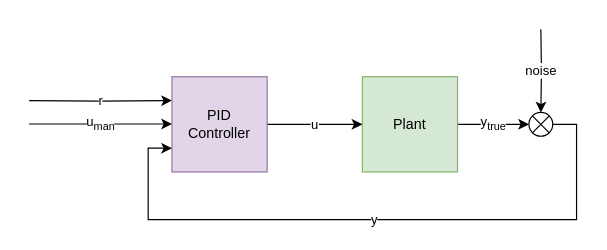
This is Control/Diagrams/PID.drawio from jonathancurrie/gnc-tools, a draw.io file, before an edit. Source tidied: cells renumbered, new cells numbered last; positions are measured from the earlier drawing's top-left corner, leaving out a move shared by most shapes. Both pictures are drawn from the tidied source at 119%, with x=0, y=0 at pixel (29, 29).
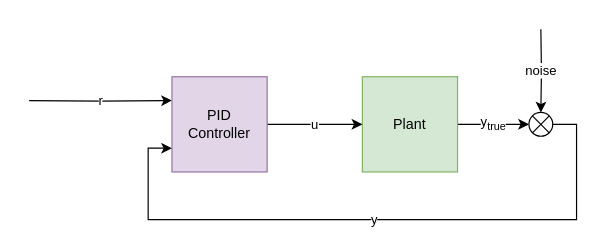
After the change.

Change to the diagram source:
```diff
@@
 <mxGraphModel>
   <root>
     <mxCell id="0" />
     <mxCell id="1" parent="0" />
     <mxCell id="2" value="y&lt;sub&gt;true&lt;/sub&gt;" style="edgeStyle=orthogonalEdgeStyle;rounded=0;jettySize=auto;html=1;exitX=1;exitY=0.5;exitDx=0;exitDy=0;entryX=0;entryY=0.5;entryDx=0;entryDy=0;" parent="1" edge="1" source="3" target="8">
       <mxGeometry relative="1" as="geometry" />
     </mxCell>
     <mxCell id="3" value="Plant" style="rounded=0;whiteSpace=wrap;html=1;fillColor=#d5e8d4;strokeColor=#82b366;" parent="1" vertex="1">
       <mxGeometry x="280" y="40" width="80" height="80" as="geometry" />
     </mxCell>
     <mxCell id="4" value="u" style="edgeStyle=orthogonalEdgeStyle;rounded=0;jettySize=auto;html=1;exitX=1;exitY=0.5;exitDx=0;exitDy=0;entryX=0;entryY=0.5;entryDx=0;entryDy=0;" parent="1" edge="1" source="6" target="3">
       <mxGeometry relative="1" as="geometry">
         <Array as="points">
           <mxPoint x="230" y="80" />
           <mxPoint x="230" y="80" />
         </Array>
       </mxGeometry>
     </mxCell>
     <mxCell id="5" value="r" style="edgeStyle=orthogonalEdgeStyle;rounded=0;jettySize=auto;html=1;entryX=0;entryY=0.25;entryDx=0;entryDy=0;" parent="1" edge="1" target="6">
       <mxGeometry relative="1" as="geometry">
         <mxPoint y="60" as="sourcePoint" />
       </mxGeometry>
     </mxCell>
     <mxCell id="6" value="PID&lt;br&gt;Controller" style="rounded=0;whiteSpace=wrap;html=1;fillColor=#e1d5e7;strokeColor=#9673a6;" parent="1" vertex="1">
       <mxGeometry x="120" y="40" width="80" height="80" as="geometry" />
     </mxCell>
     <mxCell id="7" value="y" style="edgeStyle=orthogonalEdgeStyle;rounded=0;jettySize=auto;html=1;exitX=1;exitY=0.5;exitDx=0;exitDy=0;entryX=0;entryY=0.75;entryDx=0;entryDy=0;" parent="1" edge="1" source="8" target="6">
       <mxGeometry relative="1" as="geometry">
         <Array as="points">
           <mxPoint x="460" y="80" />
           <mxPoint x="460" y="160" />
           <mxPoint x="100" y="160" />
           <mxPoint x="100" y="100" />
         </Array>
       </mxGeometry>
     </mxCell>
     <mxCell id="8" style="shape=sumEllipse;perimeter=ellipsePerimeter;whiteSpace=wrap;html=1;backgroundOutline=1;" parent="1" vertex="1">
       <mxGeometry x="420" y="70" width="20" height="20" as="geometry" />
     </mxCell>
-    <mxCell id="9" value="u&lt;sub&gt;man&lt;/sub&gt;" style="edgeStyle=orthogonalEdgeStyle;rounded=0;orthogonalLoop=1;jettySize=auto;html=1;entryX=0;entryY=0.25;entryDx=0;entryDy=0;" parent="1" edge="1">
-      <mxGeometry relative="1" as="geometry">
-        <mxPoint y="79.7" as="sourcePoint" />
-        <mxPoint x="120" y="79.7" as="targetPoint" />
-        <Array as="points">
-          <mxPoint x="60" y="79.7" />
-          <mxPoint x="60" y="79.7" />
-        </Array>
-      </mxGeometry>
-    </mxCell>
     <mxCell id="10" value="noise" style="edgeStyle=orthogonalEdgeStyle;rounded=0;jettySize=auto;html=1;entryX=0.5;entryY=0;entryDx=0;entryDy=0;" parent="1" edge="1" target="8">
       <mxGeometry relative="1" as="geometry">
         <mxPoint x="430" as="sourcePoint" />
       </mxGeometry>
     </mxCell>
   </root>
 </mxGraphModel>
```
